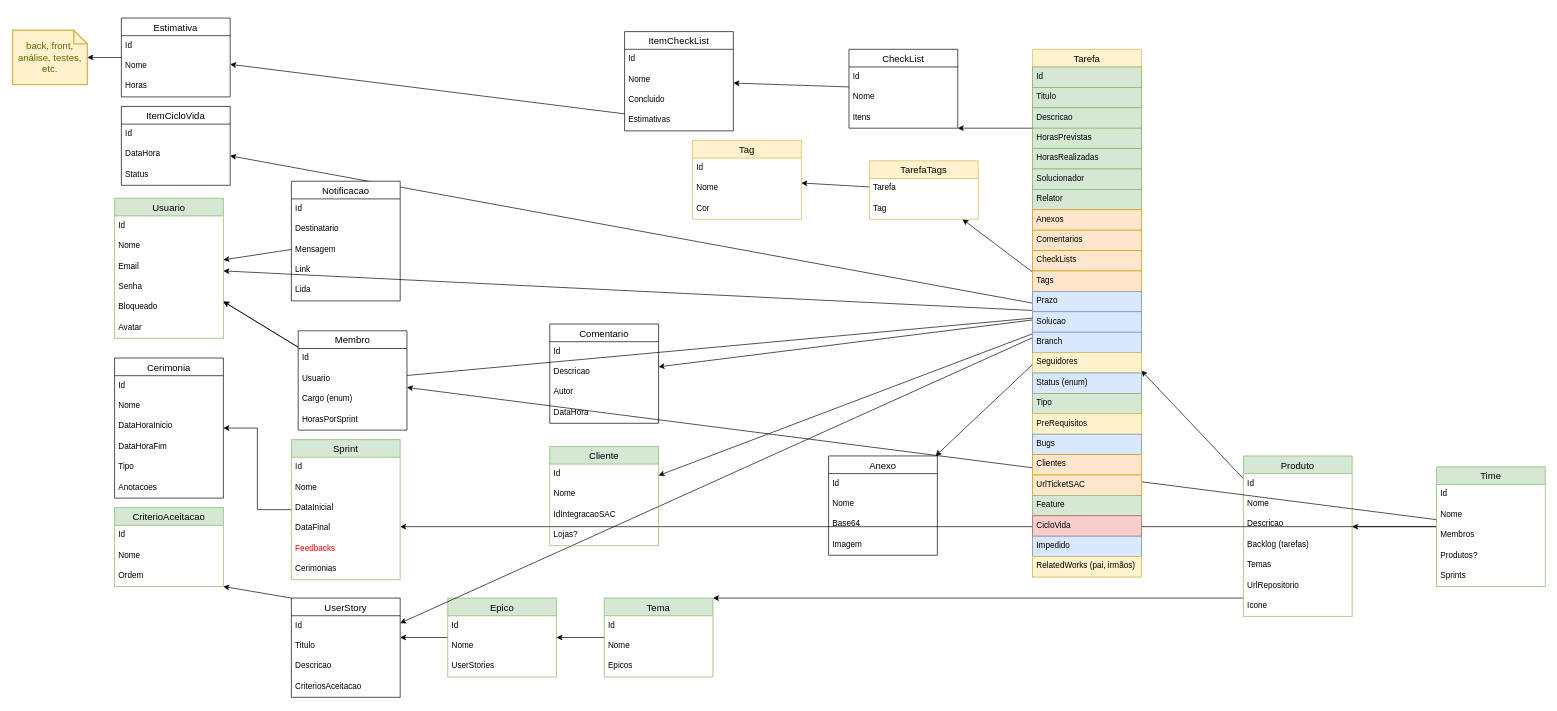
Before: page "ordem" (2 of 2) of Agilis-Back/docs/Untitled Diagram.drawio in ddsdaniel/Agilis, a draw.io diagram. Source tidied: cells renumbered, new cells numbered last; positions are measured from the earlier drawing's top-left corner, leaving out a move shared by most shapes. Both pictures are drawn from the tidied source at 68%, with x=0, y=0 at pixel (12, 18).
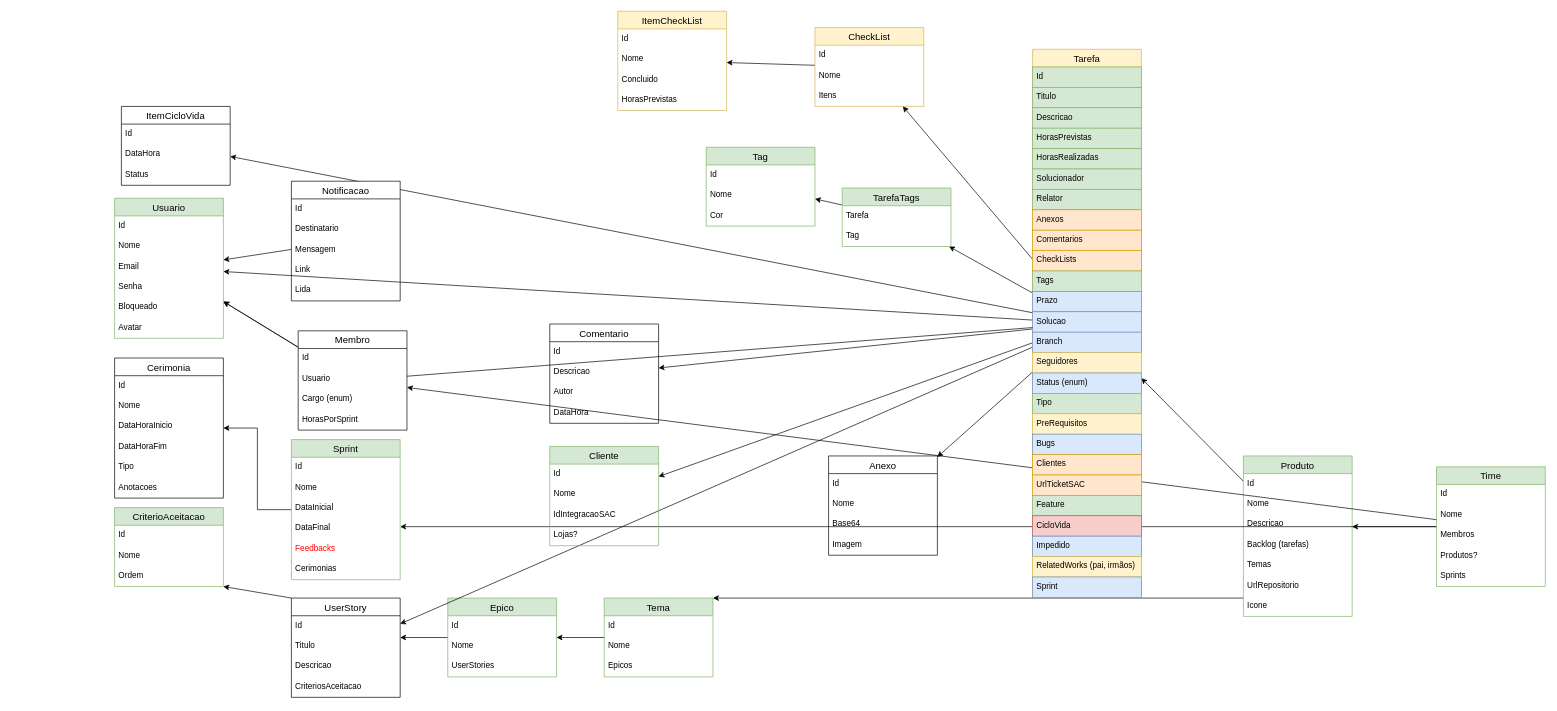
The same page after the edit.

Diff of the diagram source:
```diff
@@
-    <mxCell id="56" style="edgeStyle=orthogonalEdgeStyle;rounded=0;jettySize=auto;html=1;fontColor=#FF0000;noEdgeStyle=1;orthogonal=1;" parent="1" edge="1" source="89" target="69">
-      <mxGeometry relative="1" as="geometry" />
-    </mxCell>
@@
-    <mxCell id="69" value="CheckList" style="swimlane;fontStyle=0;horizontal=1;startSize=26;align=center;fontSize=14;" parent="1" vertex="1">
-      <mxGeometry x="1230" y="46" width="160" height="116" as="geometry" />
+    <mxCell id="69" value="CheckList" style="swimlane;fontStyle=0;horizontal=1;startSize=26;align=center;fontSize=14;fillColor=#fff2cc;strokeColor=#d6b656;" parent="1" vertex="1">
+      <mxGeometry x="1180" y="14" width="160" height="116" as="geometry" />
     </mxCell>
@@
-    <mxCell id="73" value="ItemCheckList" style="swimlane;fontStyle=0;horizontal=1;startSize=26;align=center;fontSize=14;" parent="1" vertex="1">
-      <mxGeometry x="900" y="20" width="160" height="146" as="geometry" />
+    <mxCell id="73" value="ItemCheckList" style="swimlane;fontStyle=0;horizontal=1;startSize=26;align=center;fontSize=14;fillColor=#fff2cc;strokeColor=#d6b656;" parent="1" vertex="1">
+      <mxGeometry x="890" y="-10" width="160" height="146" as="geometry" />
     </mxCell>
@@
-    <mxCell id="77" value="Estimativas" style="text;strokeColor=none;fillColor=none;spacingLeft=4;spacingRight=4;overflow=hidden;points=[[0,0.5],[1,0.5]];portConstraint=eastwest;fontSize=12;" parent="73" vertex="1">
+    <mxCell id="77" value="HorasPrevistas" style="text;strokeColor=none;fillColor=none;spacingLeft=4;spacingRight=4;overflow=hidden;points=[[0,0.5],[1,0.5]];portConstraint=eastwest;fontSize=12;" parent="73" vertex="1">
       <mxGeometry y="116" width="160" height="30" as="geometry" />
     </mxCell>
-    <mxCell id="78" value="Tag" style="swimlane;fontStyle=0;horizontal=1;startSize=26;align=center;fontSize=14;fillColor=#fff2cc;strokeColor=#d6b656;" parent="1" vertex="1">
-      <mxGeometry x="1000" y="180" width="160" height="116" as="geometry" />
+    <mxCell id="78" value="Tag" style="swimlane;fontStyle=0;horizontal=1;startSize=26;align=center;fontSize=14;fillColor=#d5e8d4;strokeColor=#82b366;" parent="1" vertex="1">
+      <mxGeometry x="1020" y="190" width="160" height="116" as="geometry" />
     </mxCell>
@@
+    <mxCell id="56" style="rounded=0;jettySize=auto;html=1;" parent="1" edge="1" source="89" target="69">
+      <mxGeometry relative="1" as="geometry" />
+    </mxCell>
     <mxCell id="89" value="Tarefa" style="swimlane;fontStyle=0;horizontal=1;startSize=26;align=center;fontSize=14;fillColor=#fff2cc;strokeColor=#d6b656;" parent="1" vertex="1">
-      <mxGeometry x="1500" y="46" width="160" height="776" as="geometry" />
+      <mxGeometry x="1500" y="46" width="160" height="806" as="geometry" />
     </mxCell>
@@
-    <mxCell id="100" value="Tags" style="text;strokeColor=#d79b00;fillColor=#ffe6cc;spacingLeft=4;spacingRight=4;overflow=hidden;fontSize=12;" parent="89" vertex="1">
+    <mxCell id="100" value="Tags" style="text;strokeColor=#82b366;fillColor=#d5e8d4;spacingLeft=4;spacingRight=4;overflow=hidden;fontSize=12;" parent="89" vertex="1">
       <mxGeometry y="326" width="160" height="30" as="geometry" />
     </mxCell>
@@
+    <mxCell id="156" value="Sprint" style="text;strokeColor=#6c8ebf;fillColor=#dae8fc;spacingLeft=4;spacingRight=4;overflow=hidden;fontSize=12;" parent="89" vertex="1">
+      <mxGeometry y="776" width="160" height="30" as="geometry" />
+    </mxCell>
@@
-    <mxCell id="132" style="edgeStyle=orthogonalEdgeStyle;rounded=0;jettySize=auto;html=1;" parent="1" edge="1" source="133" target="138">
-      <mxGeometry relative="1" as="geometry" />
-    </mxCell>
-    <mxCell id="133" value="Estimativa" style="swimlane;fontStyle=0;horizontal=1;startSize=26;align=center;fontSize=14;" parent="1" vertex="1">
-      <mxGeometry x="160" width="160" height="116" as="geometry" />
-    </mxCell>
-    <mxCell id="134" value="Id" style="text;strokeColor=none;fillColor=none;spacingLeft=4;spacingRight=4;overflow=hidden;fontSize=12;" parent="133" vertex="1">
-      <mxGeometry y="26" width="160" height="30" as="geometry" />
-    </mxCell>
-    <mxCell id="135" value="Nome" style="text;strokeColor=none;fillColor=none;spacingLeft=4;spacingRight=4;overflow=hidden;fontSize=12;" parent="133" vertex="1">
-      <mxGeometry y="56" width="160" height="30" as="geometry" />
-    </mxCell>
-    <mxCell id="136" value="Horas" style="text;strokeColor=none;fillColor=none;spacingLeft=4;spacingRight=4;overflow=hidden;fontSize=12;" parent="133" vertex="1">
-      <mxGeometry y="86" width="160" height="30" as="geometry" />
-    </mxCell>
-    <mxCell id="137" style="rounded=0;jettySize=auto;html=1;" parent="1" edge="1" source="77" target="133">
-      <mxGeometry relative="1" as="geometry" />
-    </mxCell>
-    <mxCell id="138" value="back, front, análise, testes, etc." style="shape=note;strokeWidth=2;fontSize=14;size=20;whiteSpace=wrap;html=1;fillColor=#fff2cc;strokeColor=#d6b656;fontColor=#666600;" parent="1" vertex="1">
-      <mxGeometry y="18" width="110" height="80" as="geometry" />
-    </mxCell>
@@
-    <mxCell id="153" value="TarefaTags" style="swimlane;fontStyle=0;horizontal=1;startSize=26;align=center;fontSize=14;fillColor=#fff2cc;strokeColor=#d6b656;" parent="1" vertex="1">
-      <mxGeometry x="1260" y="210" width="160" height="86" as="geometry" />
+    <mxCell id="153" value="TarefaTags" style="swimlane;fontStyle=0;horizontal=1;startSize=26;align=center;fontSize=14;fillColor=#d5e8d4;strokeColor=#82b366;" parent="1" vertex="1">
+      <mxGeometry x="1220" y="250" width="160" height="86" as="geometry" />
     </mxCell>
```
